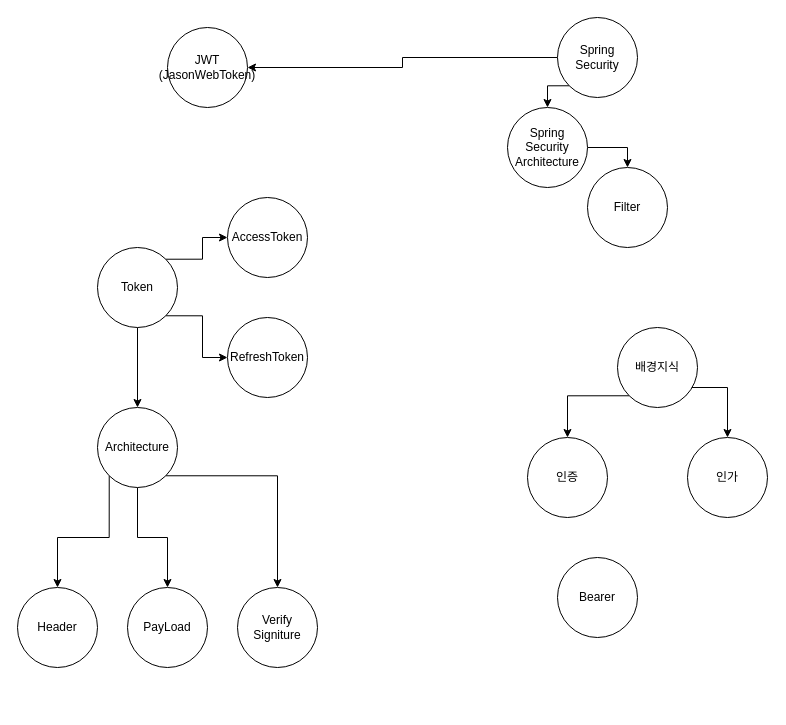
This is JWT.drawio from HJC96/Study, a draw.io file, before an edit. Source tidied: cells renumbered, new cells numbered last; positions are measured from the earlier drawing's top-left corner, leaving out a move shared by most shapes. Both pictures are drawn from the tidied source at 100%, with x=0, y=0 at pixel (17, 17).
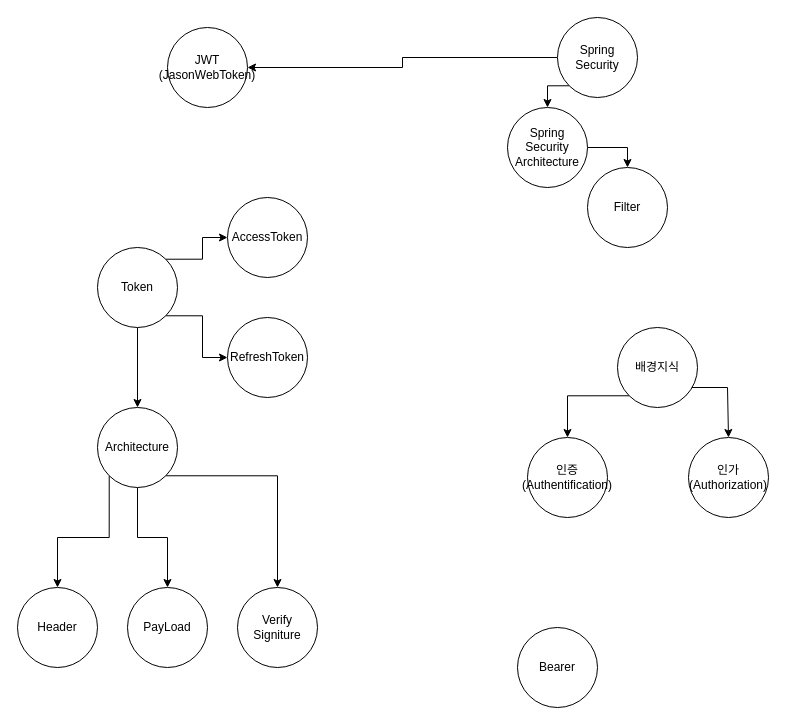
The same diagram, later.

Diff of the diagram source:
```diff
@@
     <mxCell id="11" value="Bearer" style="ellipse;whiteSpace=wrap;html=1;" parent="1" vertex="1">
-      <mxGeometry x="540" y="540" width="80" height="80" as="geometry" />
+      <mxGeometry x="500" y="610" width="80" height="80" as="geometry" />
     </mxCell>
@@
-    <mxCell id="16" value="인증" style="ellipse;whiteSpace=wrap;html=1;" parent="1" vertex="1">
+    <mxCell id="16" value="인증(Authentification)" style="ellipse;whiteSpace=wrap;html=1;" parent="1" vertex="1">
       <mxGeometry x="510" y="420" width="80" height="80" as="geometry" />
     </mxCell>
-    <mxCell id="17" value="인가" style="ellipse;whiteSpace=wrap;html=1;" parent="1" vertex="1">
-      <mxGeometry x="670" y="420" width="80" height="80" as="geometry" />
+    <mxCell id="17" value="인가&lt;br&gt;(Authorization)" style="ellipse;whiteSpace=wrap;html=1;" parent="1" vertex="1">
+      <mxGeometry x="671" y="420" width="80" height="80" as="geometry" />
     </mxCell>
```
